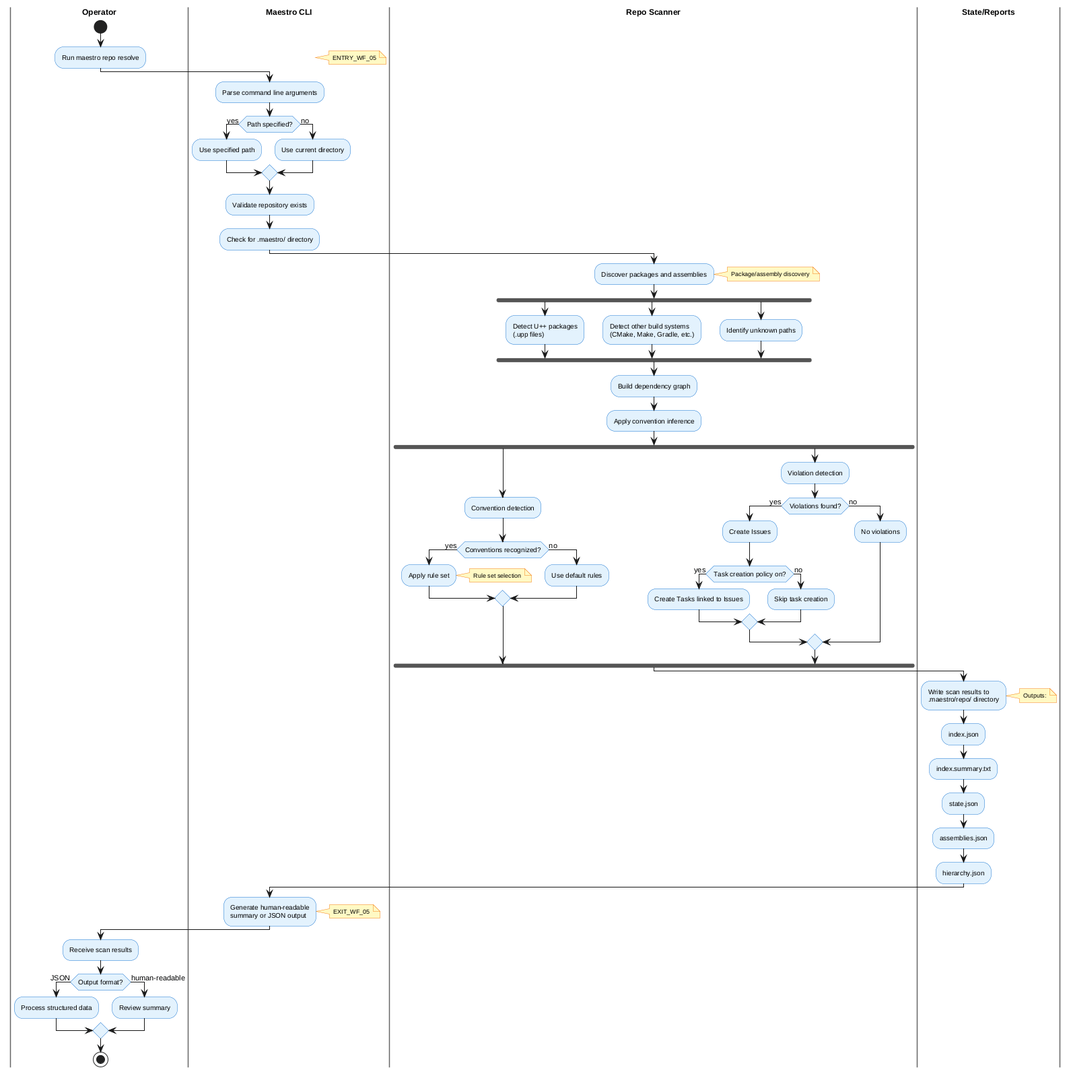
Earlier version of the PlantUML export docs/workflows/scenario_05_repo_resolve_packages_conventions_targets.png (SeppoPakonen/Maestro).
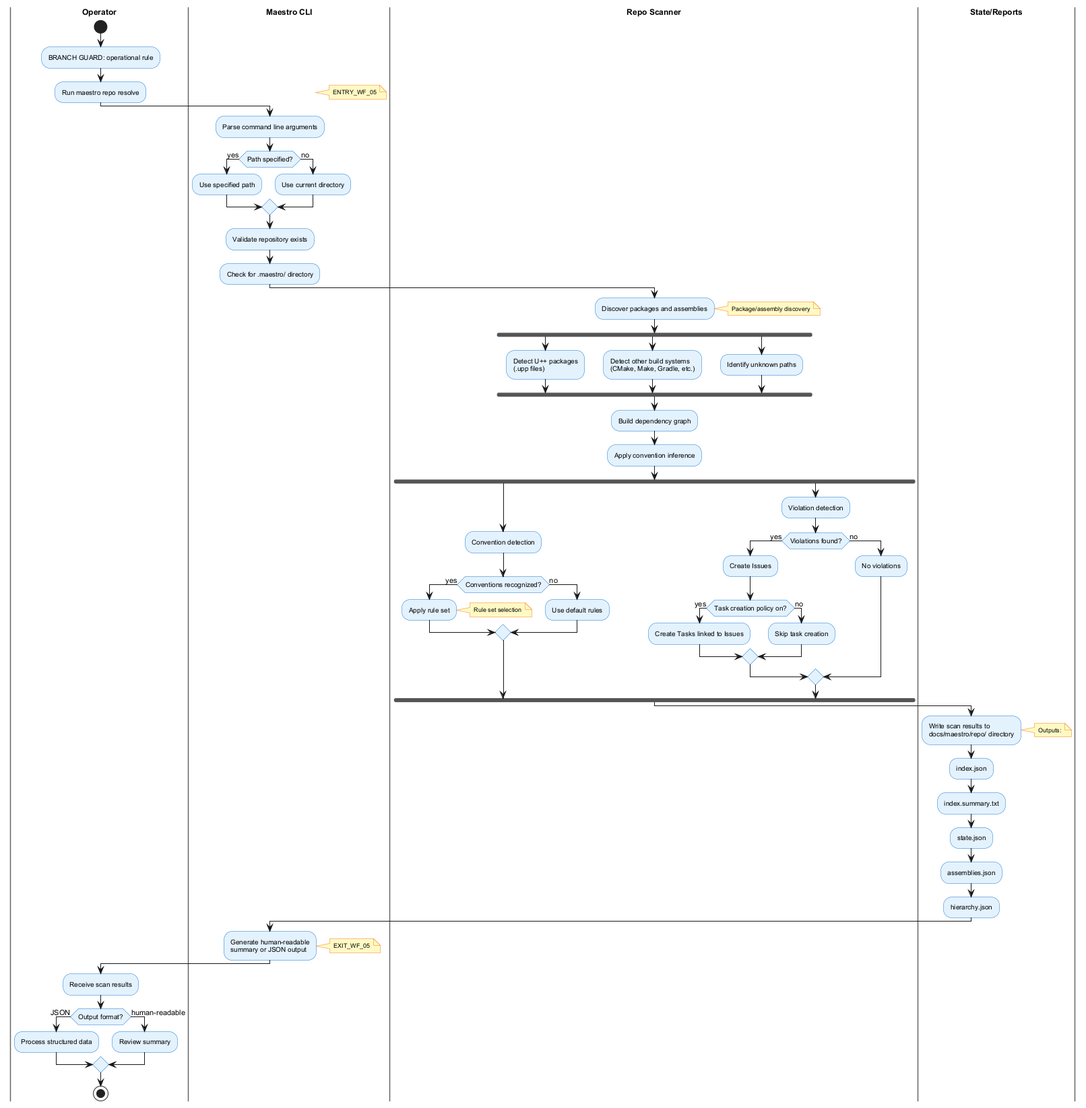
After the commit.

Diff of the diagram source:
```diff
@@ -3,6 +3,7 @@
 
 |Operator|
 start
+BRANCH_GUARD("operational rule")
 :Run maestro repo resolve;
 
 |Maestro CLI|
@@ -57,7 +58,7 @@
 
 |State/Reports|
 :Write scan results to
-.maestro/repo/ directory;
+docs/maestro/repo/ directory;
 note right: Outputs:
 - index.json
 - index.summary.txt
```
